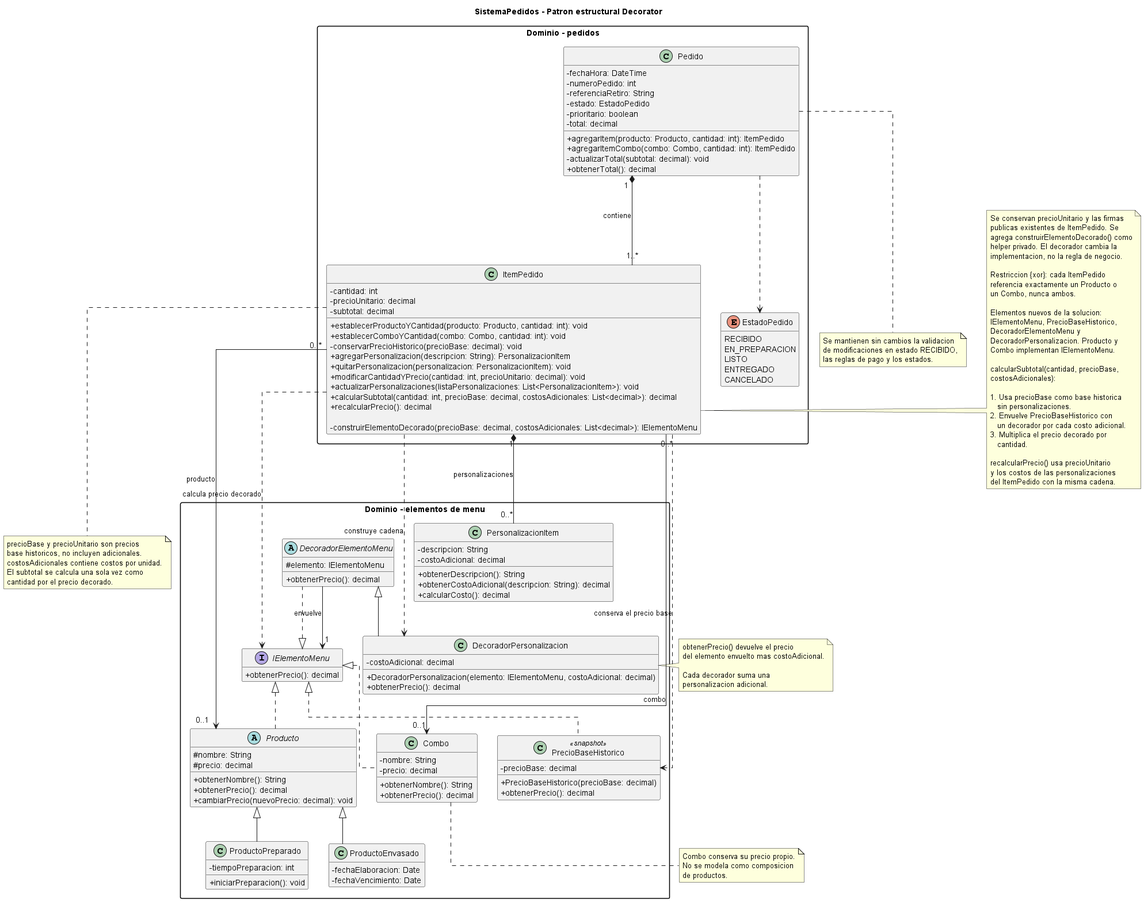
Above: diagramas/01-diagrama-clases/01-patron-estructural-decorator.png in eloeyhe/SistemaPedidos (PlantUML), before the change. The source it was exported from:
```plantuml
@startuml 07-solucion-decorator-personalizacion
title SistemaPedidos - Patron estructural Decorator
top to bottom direction

skinparam classAttributeIconSize 0
skinparam linetype ortho
skinparam packageStyle rectangle
hide empty members

package "Dominio - elementos de menu" {

  interface IElementoMenu {
    + obtenerPrecio(): decimal
  }

  abstract class Producto {
    # nombre: String
    # precio: decimal
    + obtenerNombre(): String
    + obtenerPrecio(): decimal
    + cambiarPrecio(nuevoPrecio: decimal): void
  }

  class ProductoPreparado {
    - tiempoPreparacion: int
    + iniciarPreparacion(): void
  }

  class ProductoEnvasado {
    - fechaElaboracion: Date
    - fechaVencimiento: Date
  }

  class Combo {
    - nombre: String
    - precio: decimal
    + obtenerNombre(): String
    + obtenerPrecio(): decimal
  }

  class PersonalizacionItem {
    - descripcion: String
    - costoAdicional: decimal
    + obtenerDescripcion(): String
    + obtenerCostoAdicional(descripcion: String): decimal
    + calcularCosto(): decimal
  }

  class PrecioBaseHistorico <<snapshot>> {
    - precioBase: decimal
    + PrecioBaseHistorico(precioBase: decimal)
    + obtenerPrecio(): decimal
  }

  abstract class DecoradorElementoMenu {
    # elemento: IElementoMenu
    + obtenerPrecio(): decimal
  }

  class DecoradorPersonalizacion {
    - costoAdicional: decimal
    + DecoradorPersonalizacion(elemento: IElementoMenu, costoAdicional: decimal)
    + obtenerPrecio(): decimal
  }

  IElementoMenu <|.. Producto
  IElementoMenu <|.. Combo
  IElementoMenu <|.. PrecioBaseHistorico
  IElementoMenu <|.. DecoradorElementoMenu

  Producto <|-- ProductoPreparado
  Producto <|-- ProductoEnvasado

  DecoradorElementoMenu <|-- DecoradorPersonalizacion

  DecoradorElementoMenu --> "1" IElementoMenu : envuelve
}

package "Dominio - pedidos" {

  class ItemPedido {
    - cantidad: int
    - precioUnitario: decimal
    - subtotal: decimal

    + establecerProductoYCantidad(producto: Producto, cantidad: int): void
    + establecerComboYCantidad(combo: Combo, cantidad: int): void
    - conservarPrecioHistorico(precioBase: decimal): void
    + agregarPersonalizacion(descripcion: String): PersonalizacionItem
    + quitarPersonalizacion(personalizacion: PersonalizacionItem): void
    + modificarCantidadYPrecio(cantidad: int, precioUnitario: decimal): void
    + actualizarPersonalizaciones(listaPersonalizaciones: List<PersonalizacionItem>): void
    + calcularSubtotal(cantidad: int, precioBase: decimal, costosAdicionales: List<decimal>): decimal
    + recalcularPrecio(): decimal

    - construirElementoDecorado(precioBase: decimal, costosAdicionales: List<decimal>): IElementoMenu
  }

  class Pedido {
    - fechaHora: DateTime
    - numeroPedido: int
    - referenciaRetiro: String
    - estado: EstadoPedido
    - prioritario: boolean
    - total: decimal

    + agregarItem(producto: Producto, cantidad: int): ItemPedido
    + agregarItemCombo(combo: Combo, cantidad: int): ItemPedido
    - actualizarTotal(subtotal: decimal): void
    + obtenerTotal(): decimal
  }

  enum EstadoPedido {
    RECIBIDO
    EN_PREPARACION
    LISTO
    ENTREGADO
    CANCELADO
  }

  Pedido "1" *-- "1..*" ItemPedido : contiene
  ItemPedido "1" *-- "0..*" PersonalizacionItem : personalizaciones

  ItemPedido "0..*" --> "0..1" Producto : producto
  ItemPedido "0..*" --> "0..1" Combo : combo

  Pedido ..> EstadoPedido

  ItemPedido ..> PrecioBaseHistorico : conserva el precio base
  ItemPedido ..> DecoradorPersonalizacion : construye cadena
  ItemPedido ..> IElementoMenu : calcula precio decorado
}

note right of ItemPedido
  Se conservan precioUnitario y las firmas
  publicas existentes de ItemPedido. Se
  agrega construirElementoDecorado() como
  helper privado. El decorador cambia la
  implementacion, no la regla de negocio.

  Restriccion {xor}: cada ItemPedido
  referencia exactamente un Producto o
  un Combo, nunca ambos.

  Elementos nuevos de la solucion:
  IElementoMenu, PrecioBaseHistorico,
  DecoradorElementoMenu y
  DecoradorPersonalizacion. Producto y
  Combo implementan IElementoMenu.

  calcularSubtotal(cantidad, precioBase,
  costosAdicionales):

  1. Usa precioBase como base historica
     sin personalizaciones.
  2. Envuelve PrecioBaseHistorico con
     un decorador por cada costo adicional.
  3. Multiplica el precio decorado por
     cantidad.

  recalcularPrecio() usa precioUnitario
  y los costos de las personalizaciones
  del ItemPedido con la misma cadena.
end note

note right of DecoradorPersonalizacion
  obtenerPrecio() devuelve el precio
  del elemento envuelto mas costoAdicional.

  Cada decorador suma una
  personalizacion adicional.
end note

note bottom of ItemPedido
  precioBase y precioUnitario son precios
  base historicos, no incluyen adicionales.
  costosAdicionales contiene costos por unidad.
  El subtotal se calcula una sola vez como
  cantidad por el precio decorado.
end note

note bottom of Combo
  Combo conserva su precio propio.
  No se modela como composicion
  de productos.
end note

note bottom of Pedido
  Se mantienen sin cambios la validacion
  de modificaciones en estado RECIBIDO,
  las reglas de pago y los estados.
end note

@enduml
```
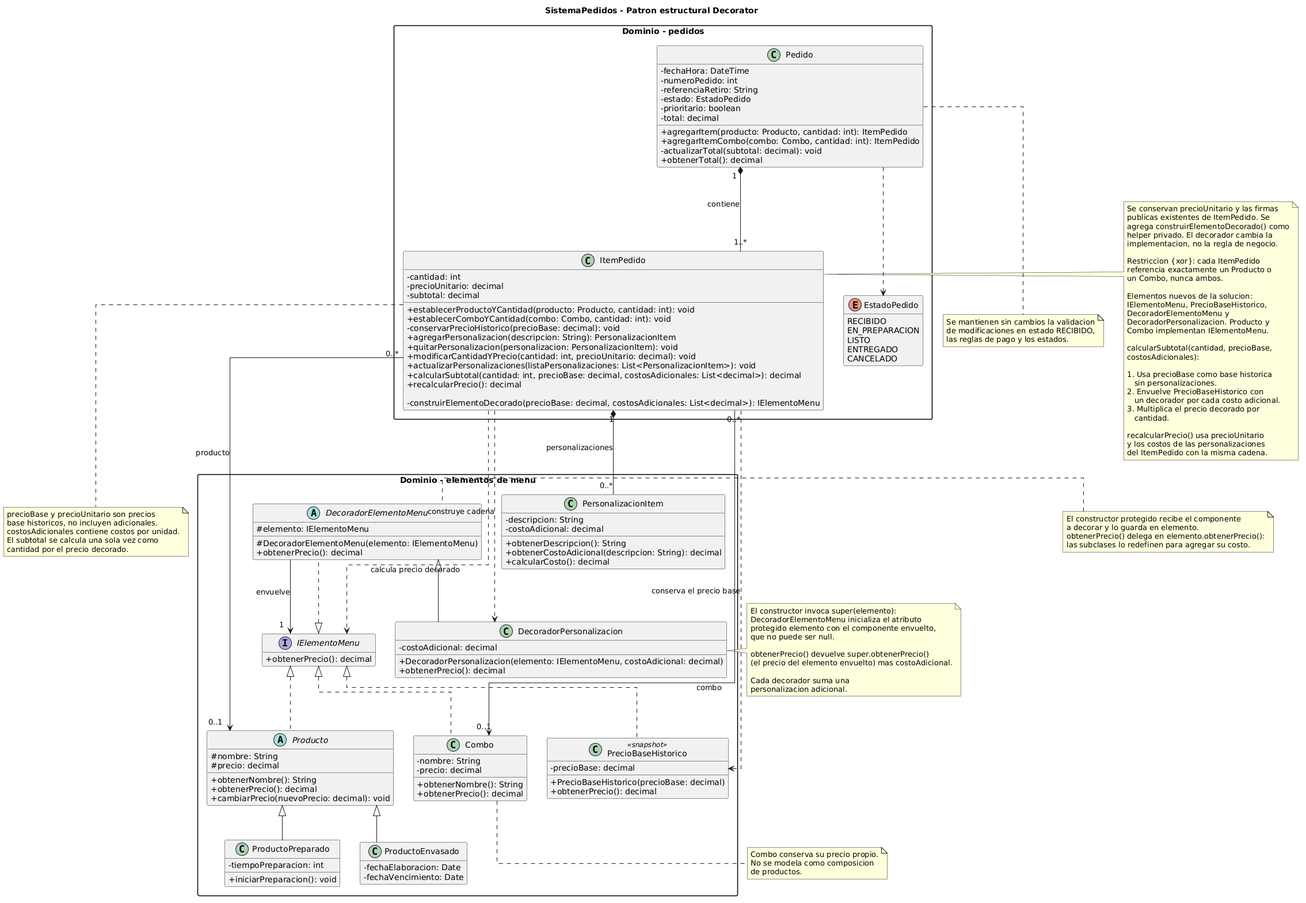
The same file after the commit.

Commit message:
fix: completo la inicialización del componente decorado en Decorator (RC3)

Change to the diagram source:
```diff
@@ -1,4 +1,4 @@
-@startuml 07-solucion-decorator-personalizacion
+@startuml
 title SistemaPedidos - Patron estructural Decorator
 top to bottom direction
 
@@ -54,6 +54,7 @@
 
   abstract class DecoradorElementoMenu {
     # elemento: IElementoMenu
+    # DecoradorElementoMenu(elemento: IElementoMenu)
     + obtenerPrecio(): decimal
   }
 
@@ -164,8 +165,13 @@
 end note
 
 note right of DecoradorPersonalizacion
-  obtenerPrecio() devuelve el precio
-  del elemento envuelto mas costoAdicional.
+  El constructor invoca super(elemento):
+  DecoradorElementoMenu inicializa el atributo
+  protegido elemento con el componente envuelto,
+  que no puede ser null.
+
+  obtenerPrecio() devuelve super.obtenerPrecio()
+  (el precio del elemento envuelto) mas costoAdicional.
 
   Cada decorador suma una
   personalizacion adicional.
@@ -191,4 +197,10 @@
   las reglas de pago y los estados.
 end note
 
+note left of DecoradorElementoMenu
+  El constructor protegido recibe el componente
+  a decorar y lo guarda en elemento.
+  obtenerPrecio() delega en elemento.obtenerPrecio():
+  las subclases lo redefinen para agregar su costo.
+end note
 @enduml
```
